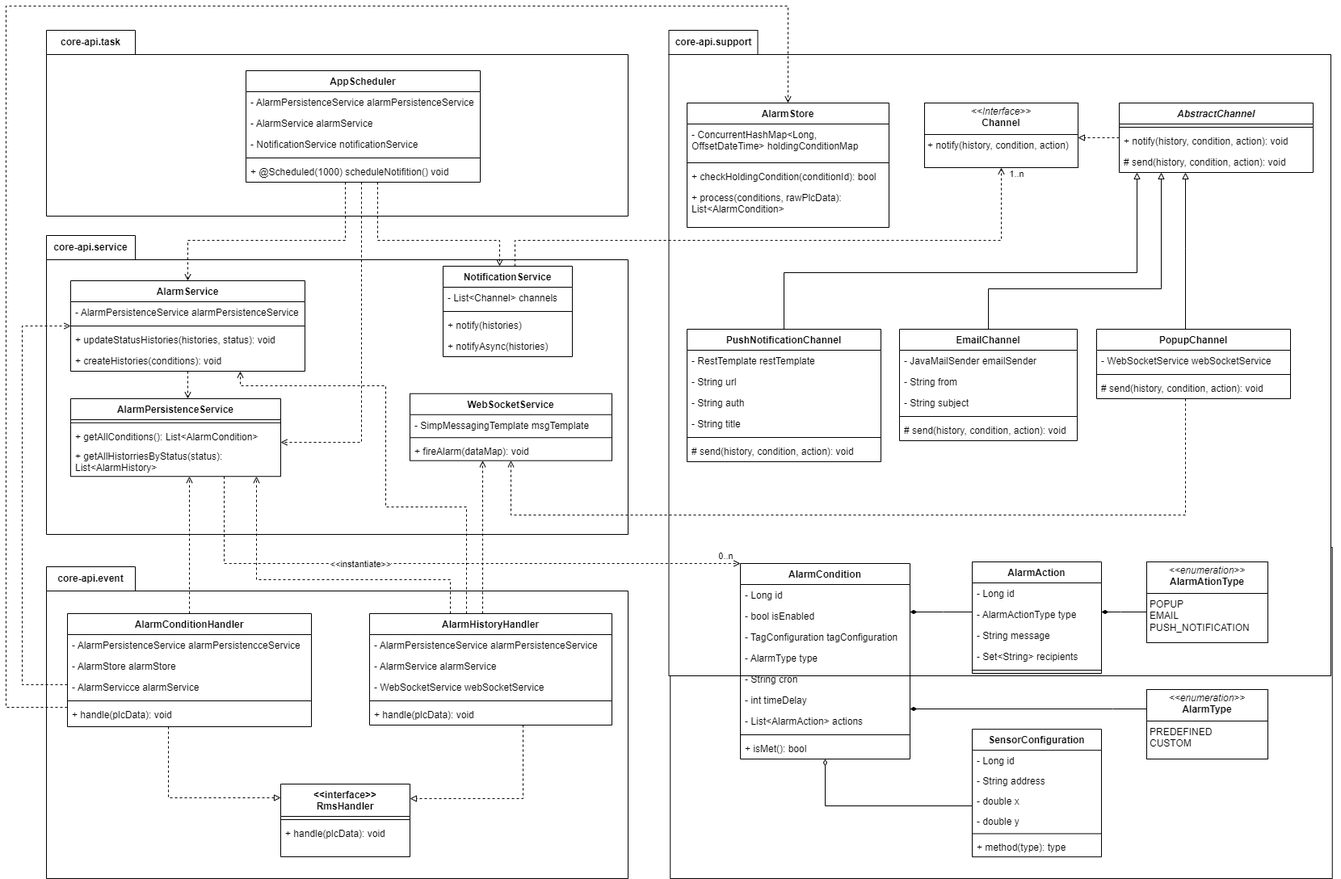
Above: Report7/SDD/Detailed-Design/Alarm/class-T4-14.drawio.png in f-pms/Document (draw.io), before the change. Source tidied: cells renumbered, new cells last; positions are measured from the earlier drawing's top-left corner, leaving out a move shared by most shapes.
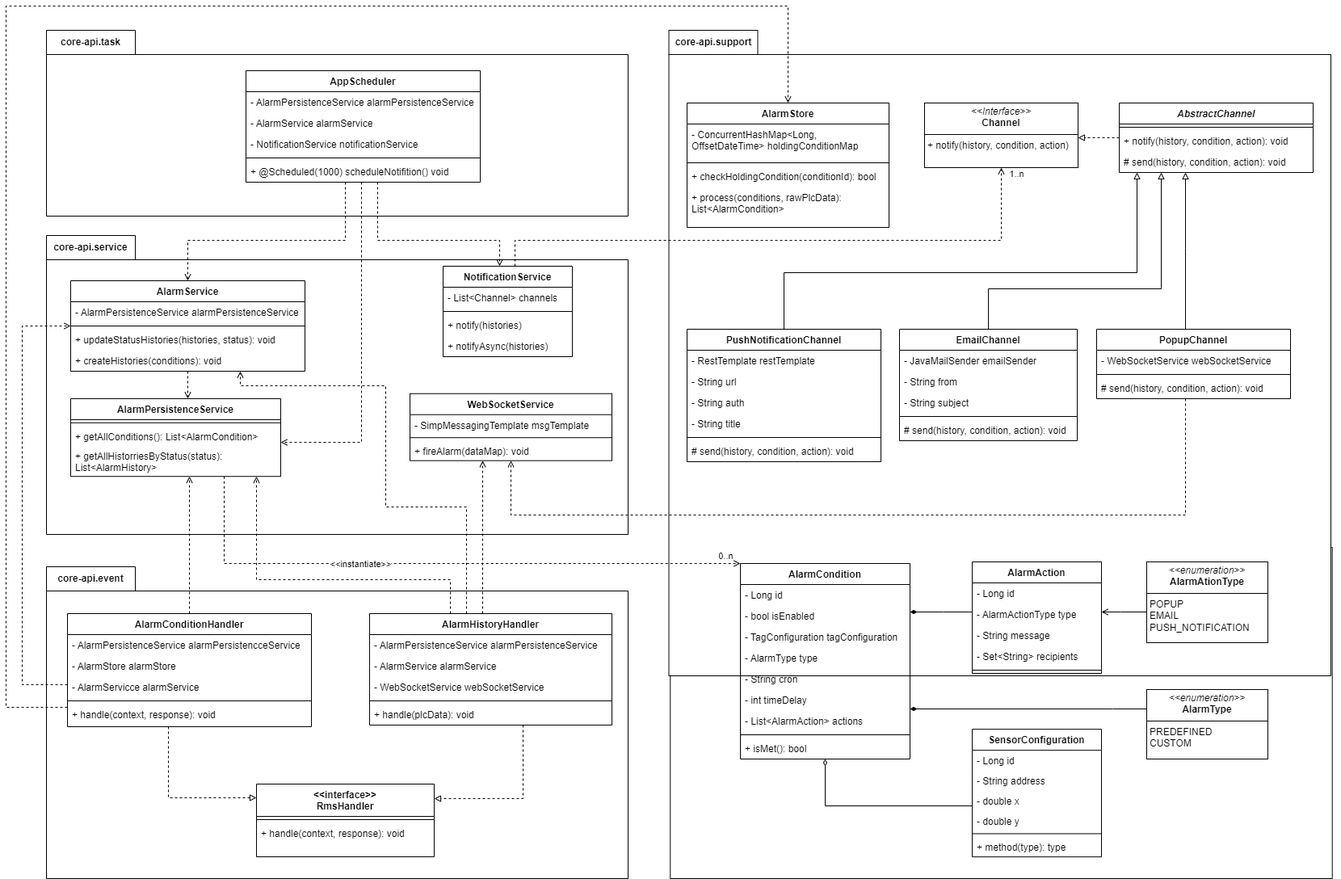
After the commit.

Commit message:
adjust class diagrams based on discussion

What changed in the source:
```diff
@@ -136,13 +136,13 @@
       <mxGeometry y="112" width="300" height="26" as="geometry" />
     </mxCell>
     <mxCell id="33" value="&lt;&lt;interface&gt;&gt;&#10;RmsHandler" style="swimlane;fontStyle=1;align=center;verticalAlign=top;horizontal=1;startSize=40;rounded=0;shadow=0;strokeWidth=1;" parent="1" vertex="1">
-      <mxGeometry x="340" y="963" width="160" height="90" as="geometry" />
+      <mxGeometry x="310" y="963" width="220" height="90" as="geometry" />
     </mxCell>
     <mxCell id="34" style="line;html=1;strokeWidth=1;align=left;verticalAlign=middle;spacingTop=-1;spacingLeft=3;spacingRight=3;labelPosition=right;" parent="33" vertex="1">
-      <mxGeometry y="40" width="160" height="8" as="geometry" />
+      <mxGeometry y="40" width="220" height="8" as="geometry" />
     </mxCell>
-    <mxCell id="35" value="+ handle(plcData): void" style="text;align=left;verticalAlign=top;spacingLeft=4;spacingRight=4;overflow=hidden;" parent="33" vertex="1">
-      <mxGeometry y="48" width="160" height="26" as="geometry" />
+    <mxCell id="35" value="+ handle(context, response): void" style="text;align=left;verticalAlign=top;spacingLeft=4;spacingRight=4;overflow=hidden;" parent="33" vertex="1">
+      <mxGeometry y="48" width="220" height="26" as="geometry" />
     </mxCell>
     <mxCell id="36" style="edgeStyle=orthogonalEdgeStyle;rounded=0;jettySize=auto;html=1;endArrow=block;endFill=0;dashed=1;" parent="1" edge="1" source="40" target="33">
       <mxGeometry relative="1" as="geometry">
@@ -192,7 +192,7 @@
     <mxCell id="44" style="line;html=1;strokeWidth=1;align=left;verticalAlign=middle;spacingTop=-1;spacingLeft=3;spacingRight=3;labelPosition=right;" parent="40" vertex="1">
       <mxGeometry y="104" width="302" height="8" as="geometry" />
     </mxCell>
-    <mxCell id="45" value="+ handle(plcData): void" style="text;align=left;verticalAlign=top;spacingLeft=4;spacingRight=4;overflow=hidden;" parent="40" vertex="1">
+    <mxCell id="45" value="+ handle(context, response): void" style="text;align=left;verticalAlign=top;spacingLeft=4;spacingRight=4;overflow=hidden;" parent="40" vertex="1">
       <mxGeometry y="112" width="302" height="26" as="geometry" />
     </mxCell>
     <mxCell id="46" style="edgeStyle=orthogonalEdgeStyle;rounded=0;jettySize=auto;html=1;entryX=0.5;entryY=0;entryDx=0;entryDy=0;endArrow=open;endFill=0;dashed=1;" parent="1" edge="1" source="49" target="56">
@@ -480,7 +480,7 @@
     <mxCell id="119" style="line;strokeWidth=1;fillColor=none;align=left;verticalAlign=middle;spacingTop=-1;spacingLeft=3;spacingRight=3;labelPosition=right;strokeColor=inherit;" parent="114" vertex="1">
       <mxGeometry y="130" width="160" height="8" as="geometry" />
     </mxCell>
-    <mxCell id="120" style="edgeStyle=orthogonalEdgeStyle;rounded=0;jettySize=auto;html=1;endArrow=diamondThin;endFill=1;" parent="1" edge="1" source="121" target="114">
+    <mxCell id="120" style="edgeStyle=orthogonalEdgeStyle;rounded=0;jettySize=auto;html=1;endArrow=open;endFill=0;" parent="1" edge="1" source="121" target="114">
       <mxGeometry relative="1" as="geometry">
         <Array as="points">
           <mxPoint x="1380" y="750" />
```
